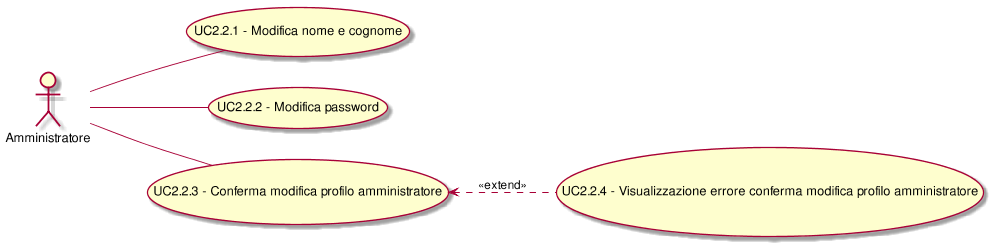
The PlantUML diagram RP/Esterni/AnalisiDeiRequisiti/images/UseCaseUC22.png in CoCodeSWE/Docs, before a commit. Its diagram source:
```plantuml
@startuml
scale 1000*1000
left to right direction
(UC2.2.3) <.. (UC2.2.4): <<extend>>
( UC2.2.1 - Modifica nome e cognome ) as (UC2.2.1)
:Amministratore:--(UC2.2.1)
( UC2.2.2 - Modifica password ) as (UC2.2.2)
:Amministratore:--(UC2.2.2)
( UC2.2.3 - Conferma modifica profilo amministratore ) as (UC2.2.3)
:Amministratore:--(UC2.2.3)
( UC2.2.4 - Visualizzazione errore conferma modifica profilo amministratore  ) as (UC2.2.4)
@enduml
```
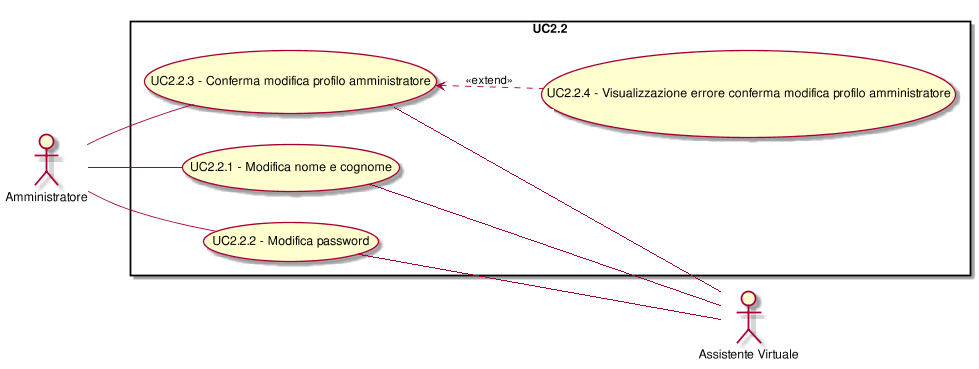
The same diagram one commit later.

Change to the diagram source:
```diff
@@ -1,12 +1,24 @@
 @startuml
 scale 1000*1000
 left to right direction
+skinparam packageStyle rect
+:Amministratore:
+:Assistente Virtuale:
+rectangle UC2.2{
 (UC2.2.3) <.. (UC2.2.4): <<extend>>
 ( UC2.2.1 - Modifica nome e cognome ) as (UC2.2.1)
 :Amministratore:--(UC2.2.1)
+( UC2.2.1 - Modifica nome e cognome ) as (UC2.2.1)
+(UC2.2.1)--:Assistente Virtuale:
 ( UC2.2.2 - Modifica password ) as (UC2.2.2)
 :Amministratore:--(UC2.2.2)
+( UC2.2.2 - Modifica password ) as (UC2.2.2)
+(UC2.2.2)--:Assistente Virtuale:
 ( UC2.2.3 - Conferma modifica profilo amministratore ) as (UC2.2.3)
 :Amministratore:--(UC2.2.3)
+( UC2.2.3 - Conferma modifica profilo amministratore ) as (UC2.2.3)
+(UC2.2.3)--:Assistente Virtuale:
 ( UC2.2.4 - Visualizzazione errore conferma modifica profilo amministratore  ) as (UC2.2.4)
+( UC2.2.4 - Visualizzazione errore conferma modifica profilo amministratore  ) as (UC2.2.4)
+}
 @enduml
```
